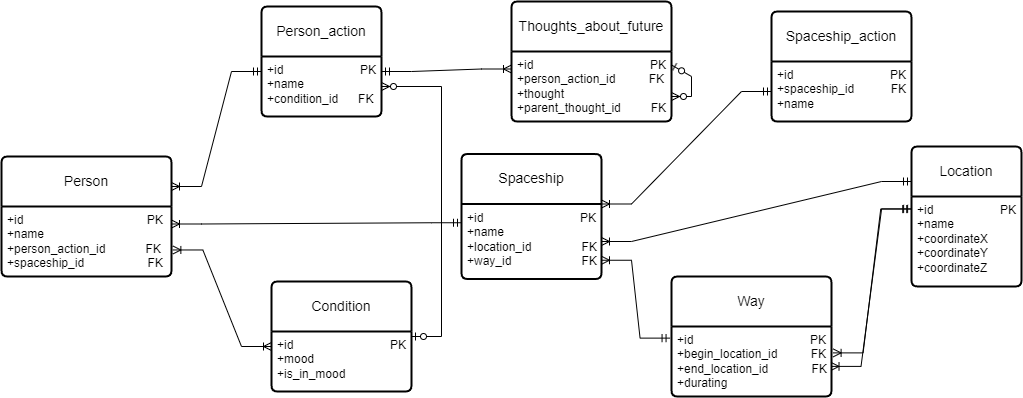
This is DataBases/lab1/InfologicDiagram.drawio.png from EgorovaVarvara/ITMO, a draw.io export, as it was before one commit. Source tidied: cells renumbered, new cells last; positions are measured from the earlier drawing's top-left corner, leaving out a move shared by most shapes.
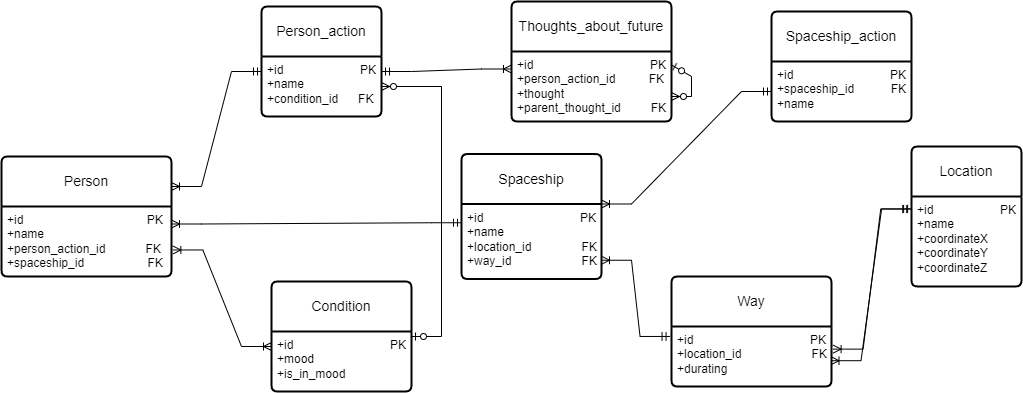
Above is the later version.

Diff of the diagram source:
```diff
@@ -85,14 +85,11 @@
     <mxCell id="24" style="edgeStyle=entityRelationEdgeStyle;fontSize=12;html=1;endArrow=ERzeroToMany;startArrow=ERzeroToOne;rounded=0;entryX=1;entryY=0.5;entryDx=0;entryDy=0;" parent="1" edge="1" source="7" target="6">
       <mxGeometry relative="1" as="geometry" />
     </mxCell>
-    <mxCell id="25" style="edgeStyle=entityRelationEdgeStyle;fontSize=12;html=1;endArrow=ERoneToMany;startArrow=ERmandOne;rounded=0;entryX=1;entryY=0.5;entryDx=0;entryDy=0;exitX=0;exitY=0.25;exitDx=0;exitDy=0;" parent="1" edge="1" source="9" target="12">
-      <mxGeometry relative="1" as="geometry" />
-    </mxCell>
     <mxCell id="26" value="Way" style="swimlane;horizontal=1;startSize=50;rounded=1;fontSize=14;fontStyle=0;strokeWidth=2;shadow=0;dashed=0;align=center;arcSize=4;whiteSpace=wrap;html=1;" parent="1" vertex="1">
-      <mxGeometry x="670" y="275" width="160" height="120" as="geometry" />
+      <mxGeometry x="670" y="275" width="160" height="110" as="geometry" />
     </mxCell>
-    <mxCell id="27" value="+id&amp;nbsp; &amp;nbsp; &amp;nbsp; &amp;nbsp; &amp;nbsp; &amp;nbsp; &amp;nbsp; &amp;nbsp; &amp;nbsp; &amp;nbsp; &amp;nbsp; &amp;nbsp; &amp;nbsp; &amp;nbsp; &amp;nbsp; &amp;nbsp; &amp;nbsp; &amp;nbsp;PK&lt;br&gt;+begin_location_id&amp;nbsp; &amp;nbsp; &amp;nbsp; &amp;nbsp; &amp;nbsp; FK&lt;br&gt;+end_location_id&amp;nbsp; &amp;nbsp; &amp;nbsp; &amp;nbsp; &amp;nbsp; &amp;nbsp; &amp;nbsp;FK&lt;br&gt;+durating" style="align=left;strokeColor=none;fillColor=none;spacingLeft=4;fontSize=12;verticalAlign=top;html=1;" parent="26" vertex="1">
-      <mxGeometry y="50" width="160" height="70" as="geometry" />
+    <mxCell id="27" value="+id&amp;nbsp; &amp;nbsp; &amp;nbsp; &amp;nbsp; &amp;nbsp; &amp;nbsp; &amp;nbsp; &amp;nbsp; &amp;nbsp; &amp;nbsp; &amp;nbsp; &amp;nbsp; &amp;nbsp; &amp;nbsp; &amp;nbsp; &amp;nbsp; &amp;nbsp; &amp;nbsp;PK&lt;br&gt;+location_id&amp;nbsp; &amp;nbsp; &amp;nbsp; &amp;nbsp; &amp;nbsp;&amp;nbsp;&amp;nbsp; &amp;nbsp; &amp;nbsp; &amp;nbsp; &amp;nbsp; &amp;nbsp;FK&lt;br&gt;+durating" style="align=left;strokeColor=none;fillColor=none;spacingLeft=4;fontSize=12;verticalAlign=top;html=1;" parent="26" vertex="1">
+      <mxGeometry y="50" width="160" height="60" as="geometry" />
     </mxCell>
     <mxCell id="28" style="edgeStyle=entityRelationEdgeStyle;fontSize=12;html=1;endArrow=ERoneToMany;startArrow=ERmandOne;rounded=0;exitX=-0.009;exitY=0.166;exitDx=0;exitDy=0;exitPerimeter=0;entryX=1;entryY=0.75;entryDx=0;entryDy=0;" parent="1" edge="1" source="27" target="12">
       <mxGeometry relative="1" as="geometry" />
```
